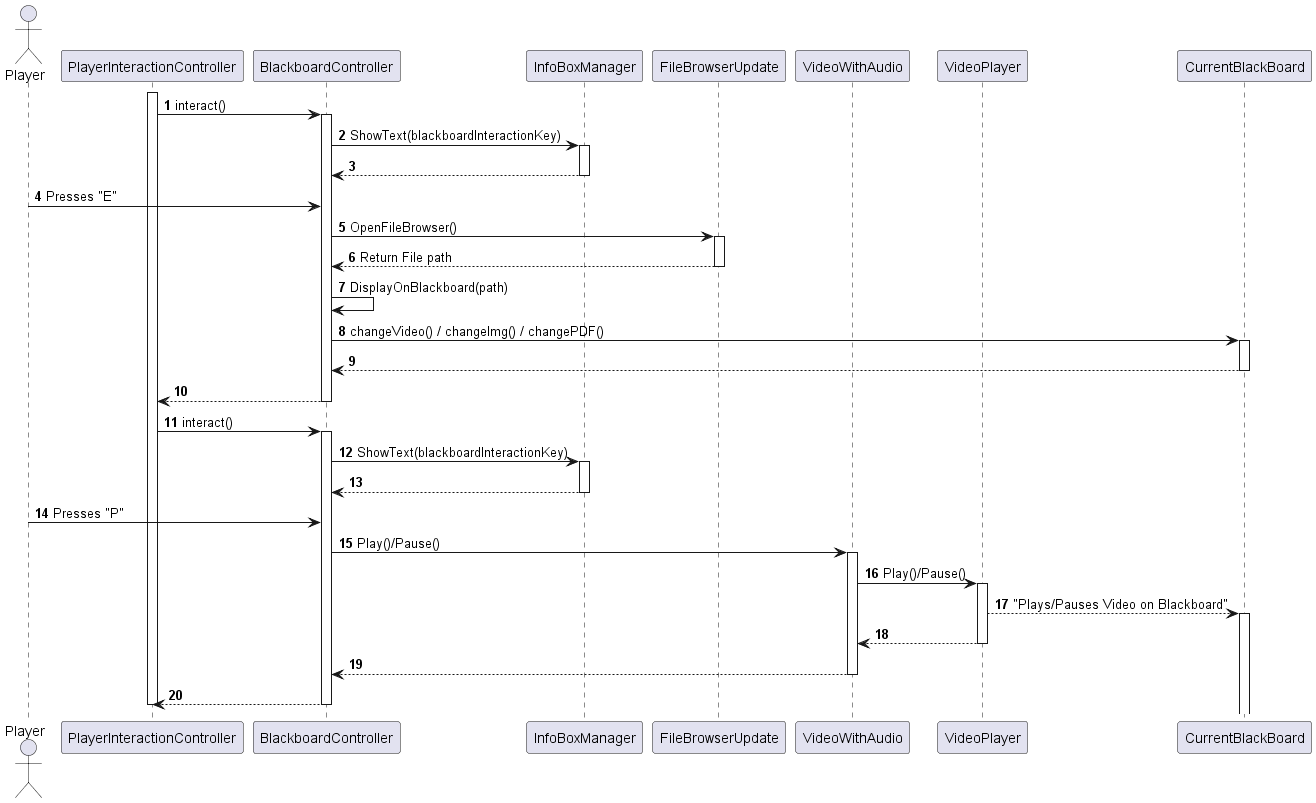
Earlier version of the PlantUML export TFG-new-project/Documentation/PlantUmlDiagrams/out/blackboardController/blackboardController.png (AlexDeAguiar/TFG-new-repo).
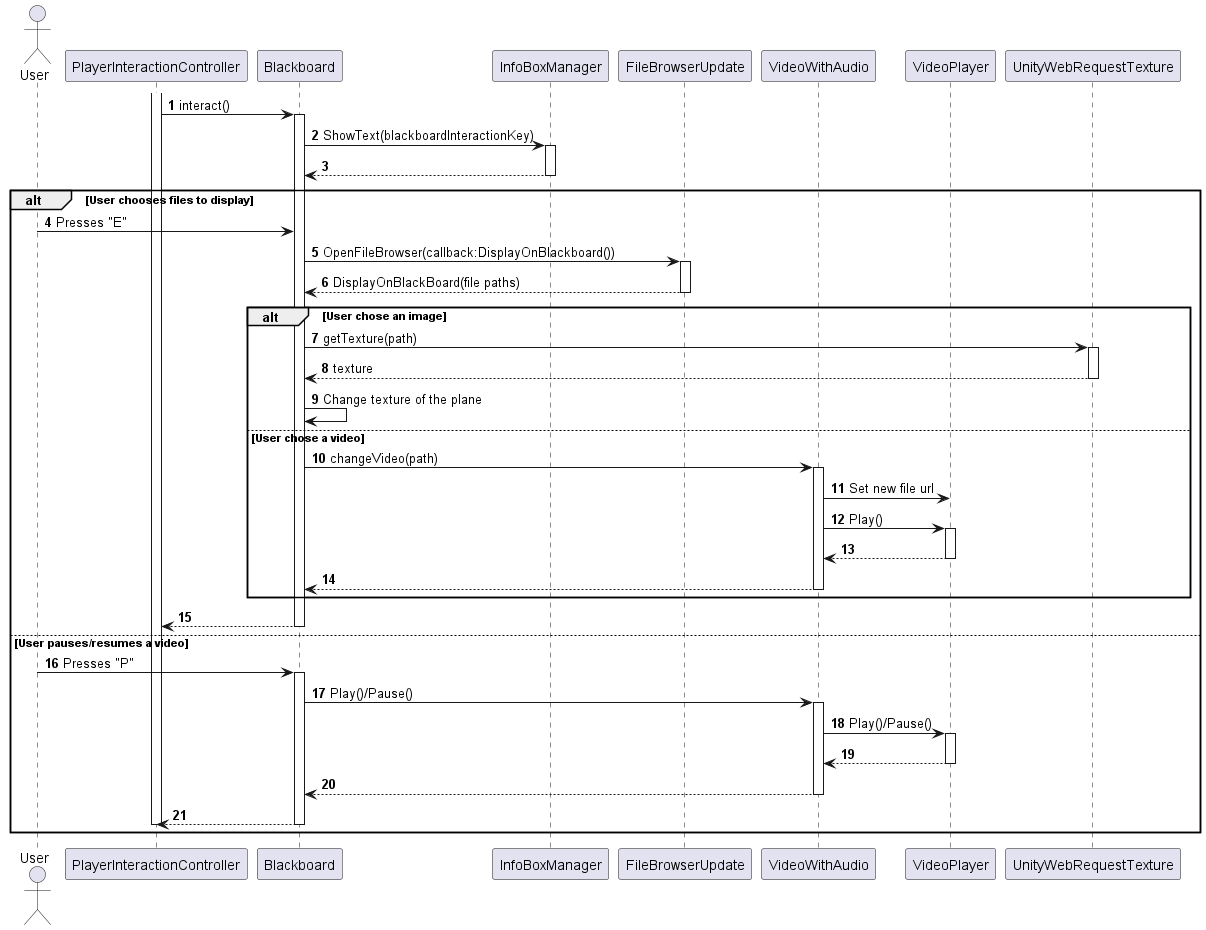
Above is the later version.

Commit message:
Blackboard controller diagram updated

Change to the diagram source:
```diff
@@ -1,14 +1,14 @@
 @startuml blackboardController
 autonumber
 
-actor Player order 10
+actor "User" as Player order 10
 participant "PlayerInteractionController" as PIC order 20
-participant "BlackboardController" as BBC order 50
+participant "Blackboard" as BBC order 50
 participant "InfoBoxManager" as IBM order 60
 participant "FileBrowserUpdate" as FBU order 70
 participant "VideoWithAudio" as VWA order 80
 participant "VideoPlayer" as VP order 90
-participant "CurrentBlackBoard" as BB order 100
+participant "UnityWebRequestTexture" as UWR order 100
 
 activate PIC
 PIC -> BBC: interact()
@@ -19,40 +19,44 @@
 IBM --> BBC
 deactivate IBM
 
+alt User chooses files to display
 Player -> BBC: Presses "E"
-
-BBC -> FBU: OpenFileBrowser()
+BBC -> FBU: OpenFileBrowser(callback:DisplayOnBlackboard())
 activate FBU
-FBU --> BBC: Return File path
+FBU --> BBC: DisplayOnBlackBoard(file paths)
 deactivate FBU
 
-
-BBC -> BBC: DisplayOnBlackboard(path)
-BBC -> BB: changeVideo() / changeImg() / changePDF()
-activate BB
-BB --> BBC
-deactivate BB
+alt User chose an image
+    BBC -> UWR : getTexture(path)
+    activate UWR
+    UWR --> BBC : texture
+    deactivate UWR
+    BBC -> BBC : Change texture of the plane
+else User chose a video
+    BBC -> VWA : changeVideo(path)
+    activate VWA
+    VWA -> VP : Set new file url
+    VWA -> VP : Play()
+    activate VP
+    VP --> VWA
+    deactivate VP
+    VWA --> BBC
+    deactivate VWA
+end
 
 BBC --> PIC
 deactivate BBC
 
-PIC -> BBC: interact()
+else User pauses/resumes a video
+Player -> BBC: Presses "P"
 activate BBC
-
-BBC -> IBM: ShowText(blackboardInteractionKey)
-activate IBM
-IBM --> BBC
-deactivate IBM
-
-Player -> BBC: Presses "P"
 
 BBC -> VWA: Play()/Pause()
 activate VWA
 
 VWA -> VP: Play()/Pause()
 activate VP
-VP --> BB: "Plays/Pauses Video on Blackboard"
-activate BB
+
 VP --> VWA
 deactivate VP
 
@@ -62,4 +66,6 @@
 deactivate BBC
 
 deactivate PIC
+end
+
 @enduml
```
